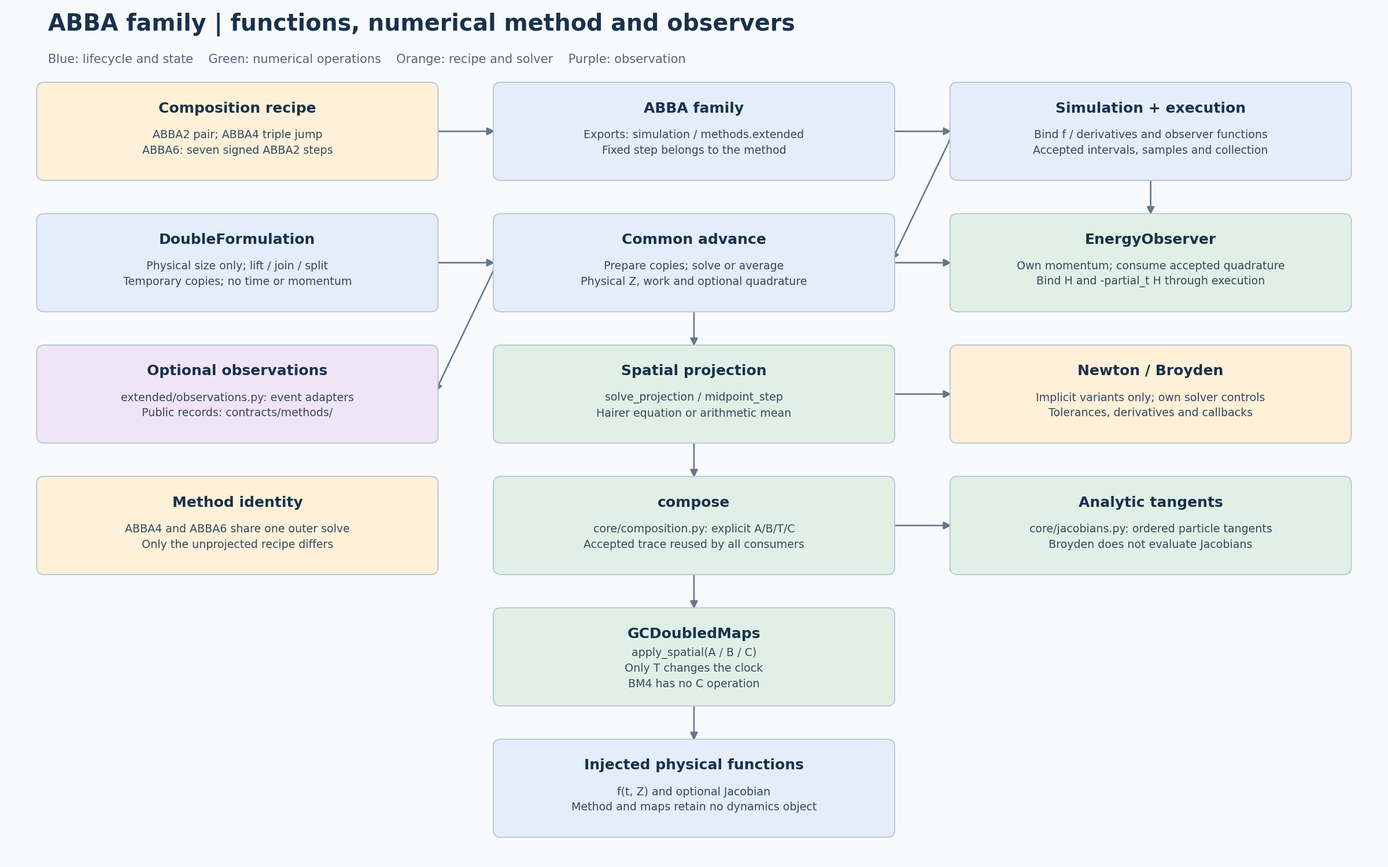
Earlier version of the PlantUML export docs/models/abba/simulation/abba-numerical-architecture.png (Jugibe-52/GC2D_intranet). Its source is kept beside it as docs/models/abba/simulation/abba-numerical-architecture.puml.
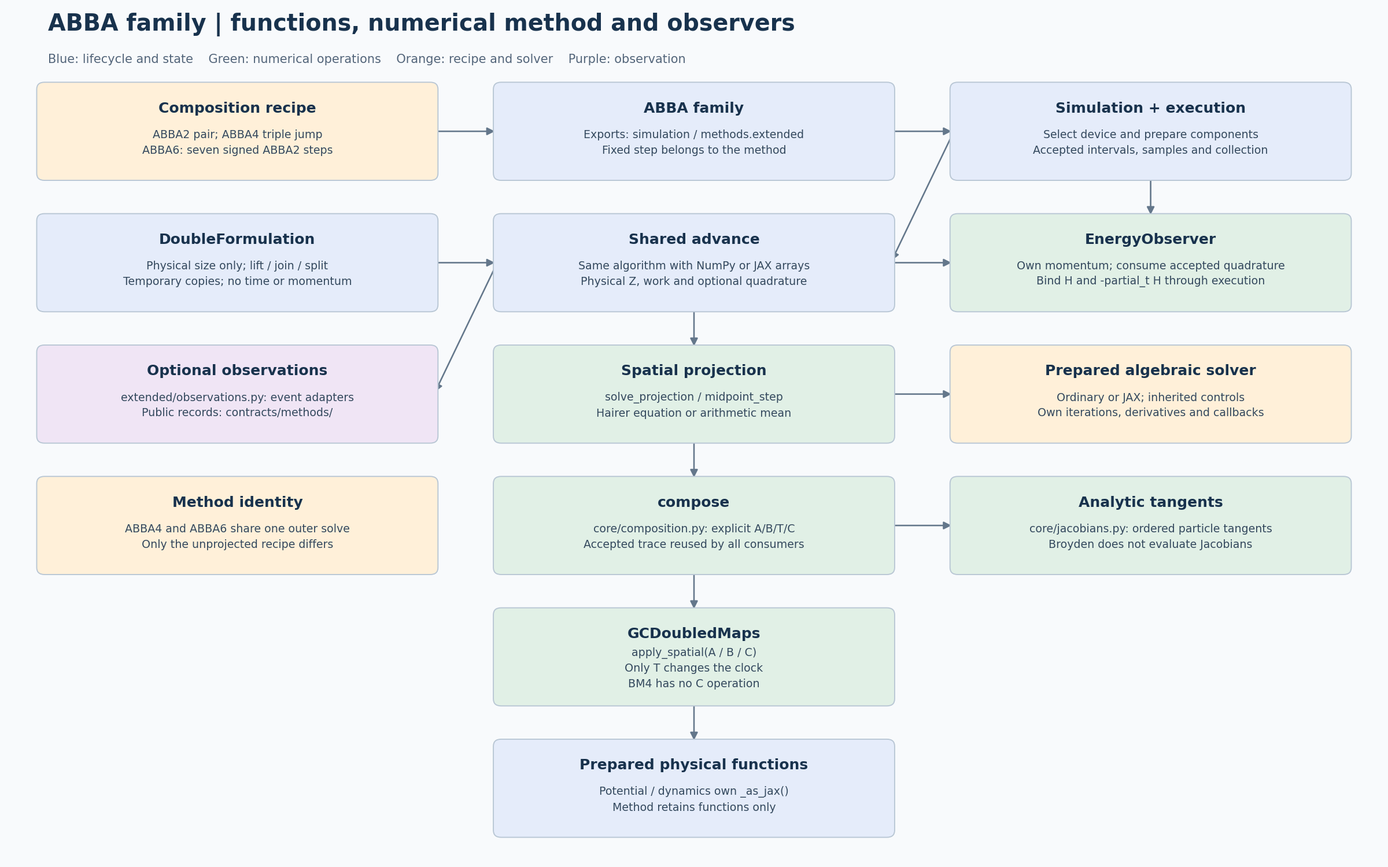
Above is the later version.

What changed in the source:
```diff
@@ -4,18 +4,18 @@
   node [shape=box, style="rounded,filled", fontname="DejaVu Sans"];
   recipe [label="Composition recipe\nABBA2 pair; ABBA4 triple jump\nABBA6: seven signed ABBA2 steps", fillcolor="#fff0d9"];
   method [label="ABBA family\nExports: simulation / methods.extended\nFixed step belongs to the method", fillcolor="#e5ecfa"];
-  driver [label="Simulation + execution\nBind f / derivatives and observer functions\nAccepted intervals, samples and collection", fillcolor="#e5ecfa"];
+  driver [label="Simulation + execution\nSelect device and prepare components\nAccepted intervals, samples and collection", fillcolor="#e5ecfa"];
   state [label="DoubleFormulation\nPhysical size only; lift / join / split\nTemporary copies; no time or momentum", fillcolor="#e5ecfa"];
-  advance [label="Common advance\nPrepare copies; solve or average\nPhysical Z, work and optional quadrature", fillcolor="#e5ecfa"];
+  advance [label="Shared advance\nSame algorithm with NumPy or JAX arrays\nPhysical Z, work and optional quadrature", fillcolor="#e5ecfa"];
   energy [label="EnergyObserver\nOwn momentum; consume accepted quadrature\nBind H and -partial_t H through execution", fillcolor="#e1f0e6"];
   observe [label="Optional observations\nextended/observations.py: event adapters\nPublic records: contracts/methods/", fillcolor="#f0e5f5"];
   projection [label="Spatial projection\nsolve_projection / midpoint_step\nHairer equation or arithmetic mean", fillcolor="#e1f0e6"];
-  solver [label="Newton / Broyden\nImplicit variants only; own solver controls\nTolerances, derivatives and callbacks", fillcolor="#fff0d9"];
+  solver [label="Prepared algebraic solver\nOrdinary or JAX; inherited controls\nOwn iterations, derivatives and callbacks", fillcolor="#fff0d9"];
   placement [label="Method identity\nABBA4 and ABBA6 share one outer solve\nOnly the unprojected recipe differs", fillcolor="#fff0d9"];
   compose [label="compose\ncore/composition.py: explicit A/B/T/C\nAccepted trace reused by all consumers", fillcolor="#e1f0e6"];
   tangent [label="Analytic tangents\ncore/jacobians.py: ordered particle tangents\nBroyden does not evaluate Jacobians", fillcolor="#e1f0e6"];
   maps [label="GCDoubledMaps\napply_spatial(A / B / C)\nOnly T changes the clock\nBM4 has no C operation", fillcolor="#e1f0e6"];
-  dynamics [label="Injected physical functions\nf(t, Z) and optional Jacobian\nMethod and maps retain no dynamics object", fillcolor="#e5ecfa"];
+  dynamics [label="Prepared physical functions\nPotential / dynamics own _as_jax()\nMethod retains functions only", fillcolor="#e5ecfa"];
   recipe -> method;
   method -> driver;
   driver -> advance;
```
